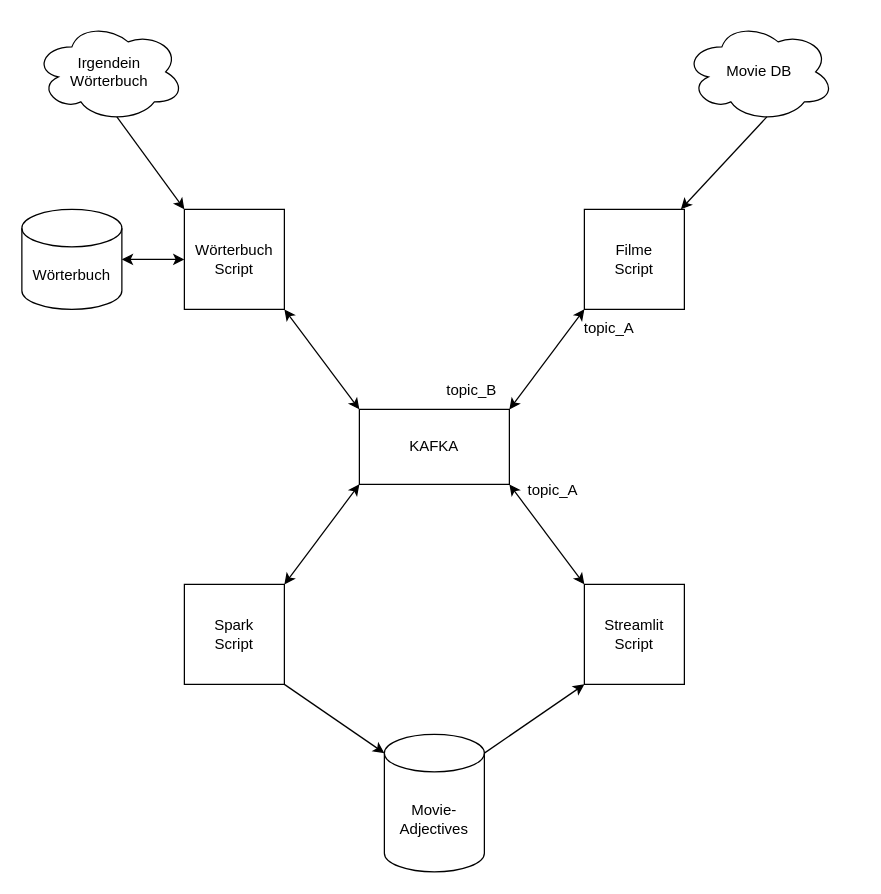
Earlier version of the draw.io diagram architecture.drawio (bar01a/mds_ws2022_dsi_project). Source tidied: cells renumbered, new cells numbered last; positions are measured from the earlier drawing's top-left corner, leaving out a move shared by most shapes. Both pictures are drawn from the tidied source at 125%, with x=0, y=0 at pixel (21, 21).
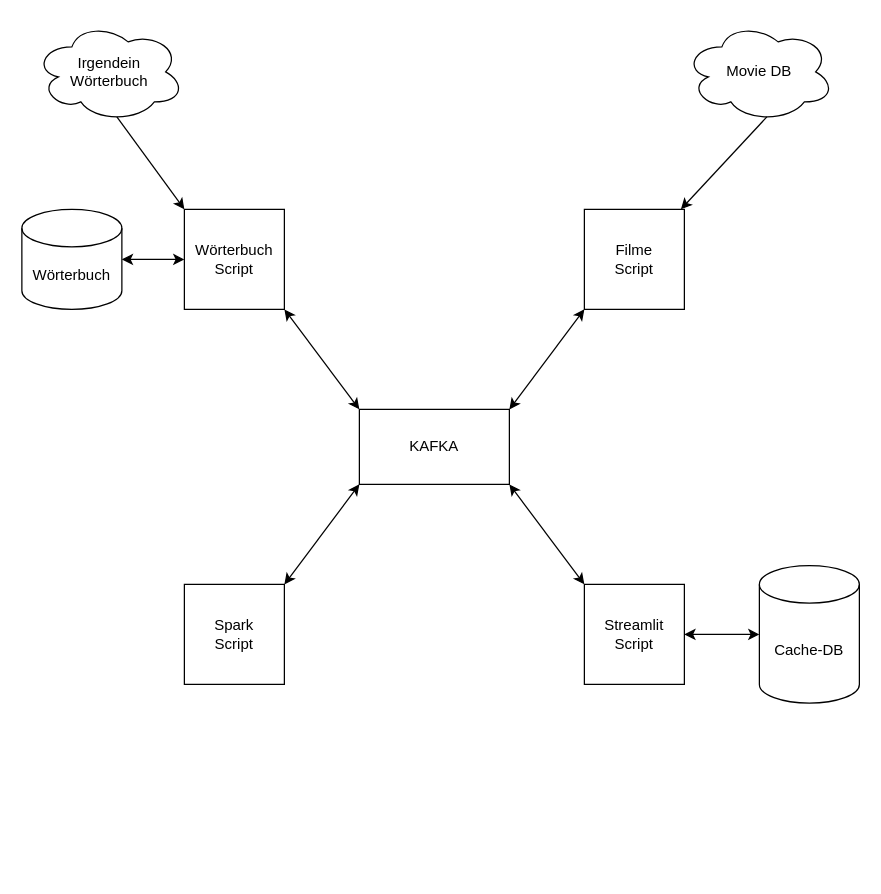
The same diagram, later.

Commit message (it also covers changes not shown here):
clean up architecture

Unchanged cells that the change refers to:
```xml
<mxCell id="5" value="Spark&lt;br&gt;Script" style="whiteSpace=wrap;html=1;" parent="1" vertex="1">
  <mxGeometry x="130" y="450" width="80" height="80" as="geometry" />
</mxCell>
<mxCell id="6" value="Streamlit&lt;br&gt;Script" style="whiteSpace=wrap;html=1;" parent="1" vertex="1">
  <mxGeometry x="450" y="450" width="80" height="80" as="geometry" />
</mxCell>
```

What changed in the source:
```diff
@@
-    <mxCell id="9" value="Movie-Adjectives" style="shape=cylinder3;whiteSpace=wrap;html=1;boundedLbl=1;backgroundOutline=1;size=15;" parent="1" vertex="1">
-      <mxGeometry x="290" y="570" width="80" height="110" as="geometry" />
+    <mxCell id="9" value="Cache-DB" style="shape=cylinder3;whiteSpace=wrap;html=1;boundedLbl=1;backgroundOutline=1;size=15;" parent="1" vertex="1">
+      <mxGeometry x="590" y="435" width="80" height="110" as="geometry" />
     </mxCell>
@@
-    <mxCell id="14" style="endArrow=classic;startArrow=none;html=1;rounded=0;exitX=1;exitY=1;exitDx=0;exitDy=0;entryX=0;entryY=0;entryDx=0;entryDy=15;entryPerimeter=0;startFill=0;" parent="1" edge="1" source="5" target="9">
-      <mxGeometry relative="1" as="geometry" />
-    </mxCell>
-    <mxCell id="15" style="endArrow=classic;startArrow=none;html=1;rounded=0;entryX=0;entryY=1;entryDx=0;entryDy=0;exitX=1;exitY=0;exitDx=0;exitDy=15;exitPerimeter=0;endFill=1;startFill=0;" parent="1" edge="1" source="9" target="6">
+    <mxCell id="15" style="endArrow=classic;startArrow=classic;html=1;rounded=0;entryX=1;entryY=0.5;entryDx=0;entryDy=0;exitX=0;exitY=0.5;exitDx=0;exitDy=0;exitPerimeter=0;endFill=1;startFill=1;" parent="1" edge="1" source="9" target="6">
       <mxGeometry relative="1" as="geometry" />
     </mxCell>
@@
-    <mxCell id="20" value="topic_A" style="text;html=1;strokeColor=none;fillColor=none;align=center;verticalAlign=middle;whiteSpace=wrap;rounded=0;" parent="1" vertex="1">
-      <mxGeometry x="380" y="360" width="90" height="30" as="geometry" />
-    </mxCell>
-    <mxCell id="21" value="topic_B" style="text;html=1;strokeColor=none;fillColor=none;align=center;verticalAlign=middle;whiteSpace=wrap;rounded=0;" parent="1" vertex="1">
-      <mxGeometry x="330" y="280" width="60" height="30" as="geometry" />
-    </mxCell>
-    <mxCell id="22" value="topic_A" style="text;html=1;strokeColor=none;fillColor=none;align=center;verticalAlign=middle;whiteSpace=wrap;rounded=0;" parent="1" vertex="1">
-      <mxGeometry x="430" y="230" width="80" height="30" as="geometry" />
-    </mxCell>
```
